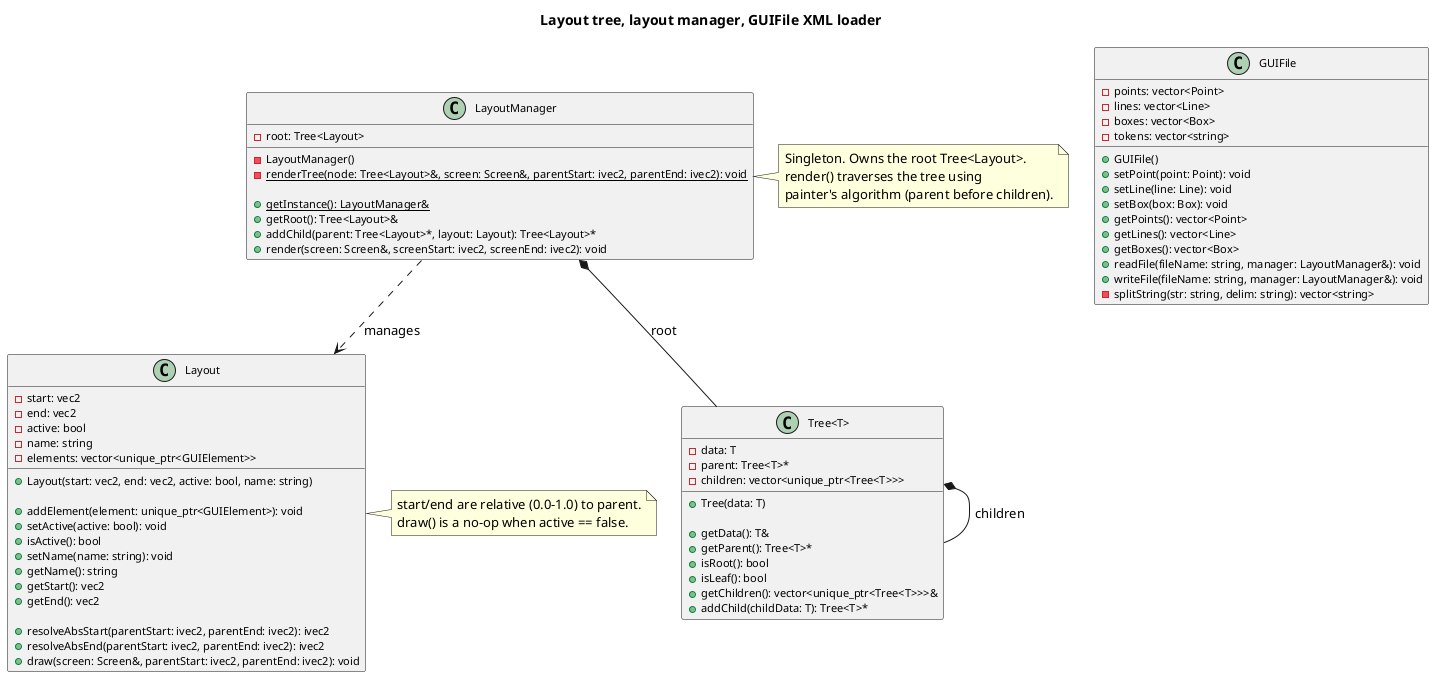
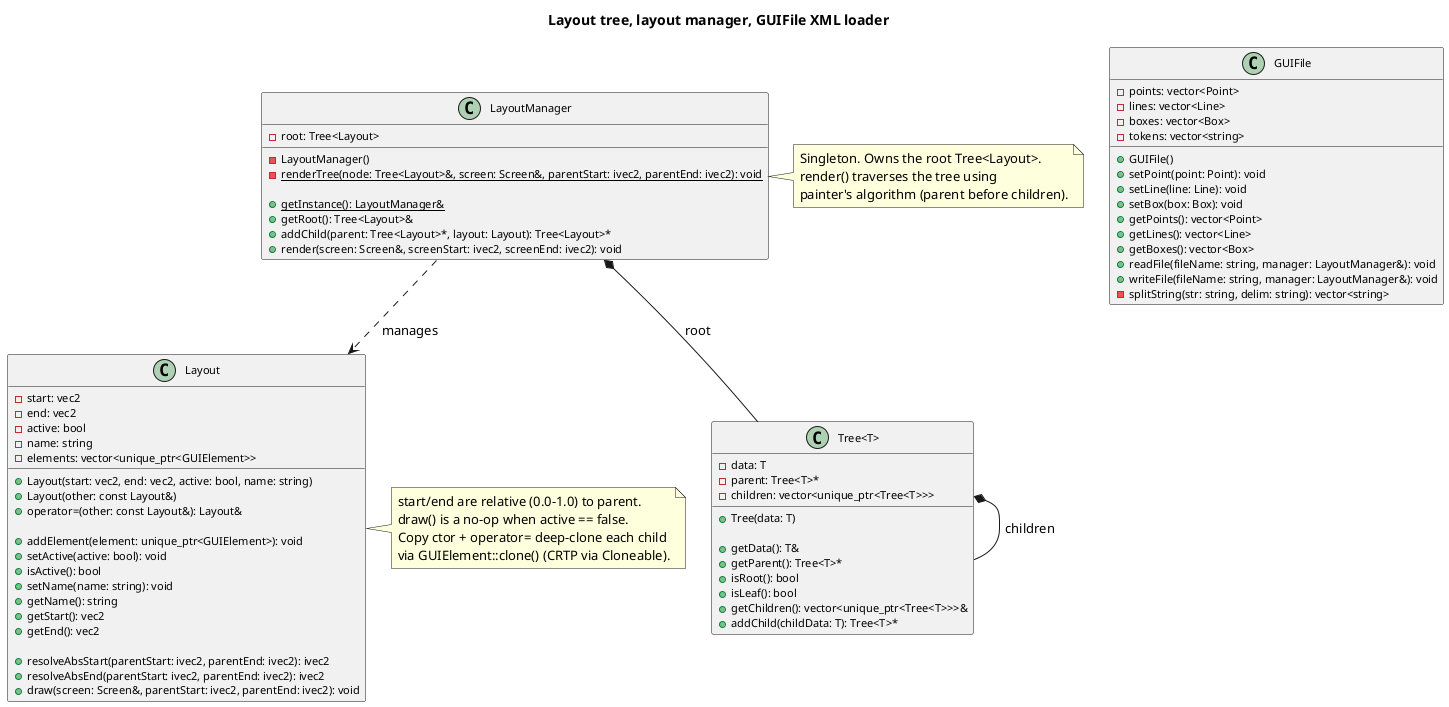
@startuml layout

skinparam classFontSize 12
skinparam classAttributeFontSize 11
skinparam ranksep 30
skinparam nodesep 25

title Layout tree, layout manager, GUIFile XML loader

class "Tree<T>" {
    -data: T
    -parent: Tree<T>*
    -children: vector<unique_ptr<Tree<T>>>

    +Tree(data: T)

    +getData(): T&
    +getParent(): Tree<T>*
    +isRoot(): bool
    +isLeaf(): bool
    +getChildren(): vector<unique_ptr<Tree<T>>>&
    +addChild(childData: T): Tree<T>*
}

class Layout {
    -start: vec2
    -end: vec2
    -active: bool
    -name: string
    -elements: vector<unique_ptr<GUIElement>>

    +Layout(start: vec2, end: vec2, active: bool, name: string)
+     +Layout(other: const Layout&)
+     +operator=(other: const Layout&): Layout&

    +addElement(element: unique_ptr<GUIElement>): void
    +setActive(active: bool): void
    +isActive(): bool
    +setName(name: string): void
    +getName(): string
    +getStart(): vec2
    +getEnd(): vec2

    +resolveAbsStart(parentStart: ivec2, parentEnd: ivec2): ivec2
    +resolveAbsEnd(parentStart: ivec2, parentEnd: ivec2): ivec2
    +draw(screen: Screen&, parentStart: ivec2, parentEnd: ivec2): void
}

note right of Layout
  start/end are relative (0.0–1.0) to parent.
  draw() is a no-op when active == false.
+   Copy ctor + operator= deep-clone each child
+   via GUIElement::clone() (CRTP via Cloneable).
end note

class LayoutManager {
    -root: Tree<Layout>

    -LayoutManager()
    -{static} renderTree(node: Tree<Layout>&, screen: Screen&, parentStart: ivec2, parentEnd: ivec2): void

    +{static} getInstance(): LayoutManager&
    +getRoot(): Tree<Layout>&
    +addChild(parent: Tree<Layout>*, layout: Layout): Tree<Layout>*
    +render(screen: Screen&, screenStart: ivec2, screenEnd: ivec2): void
}

note right of LayoutManager
  Singleton. Owns the root Tree<Layout>.
  render() traverses the tree using
  painter's algorithm (parent before children).
end note

class GUIFile {
    -points: vector<Point>
    -lines: vector<Line>
    -boxes: vector<Box>
    -tokens: vector<string>

    +GUIFile()
    +setPoint(point: Point): void
    +setLine(line: Line): void
    +setBox(box: Box): void
    +getPoints(): vector<Point>
    +getLines(): vector<Line>
    +getBoxes(): vector<Box>
    +readFile(fileName: string, manager: LayoutManager&): void
    +writeFile(fileName: string, manager: LayoutManager&): void
    -splitString(str: string, delim: string): vector<string>
}

"Tree<T>" *-- "Tree<T>" : children
LayoutManager *-- "Tree<T>" : root
LayoutManager ..> Layout : manages

@enduml
